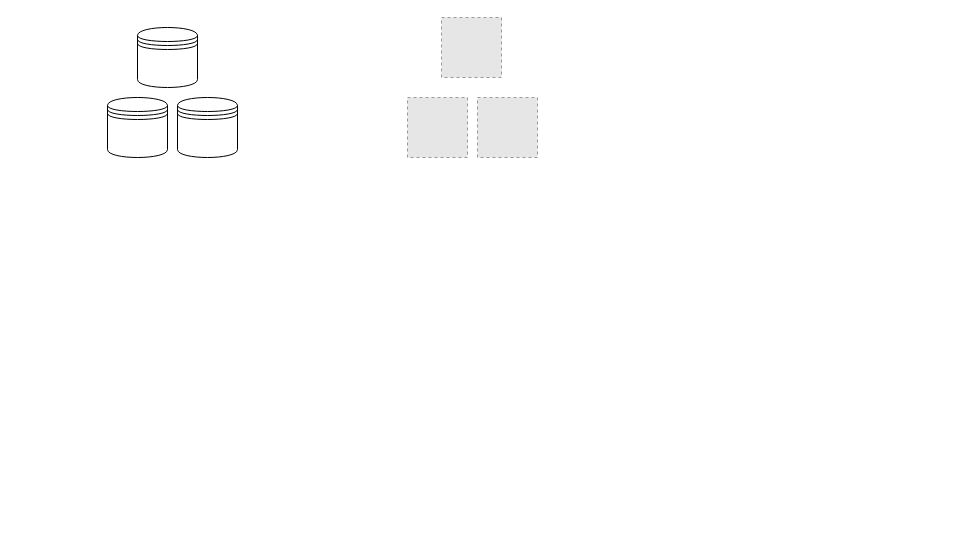
This is Retail_Existing_System.drawio from vadramson/Drawings, a draw.io file, before an edit. Source tidied: cells renumbered, new cells numbered last; positions are measured from the earlier drawing's top-left corner, leaving out a move shared by most shapes. Both pictures are drawn from the tidied source at 100%, with x=0, y=0 at pixel (107, 17). Pictures stored in the file or linked from it are replaced by grey dashed boxes.
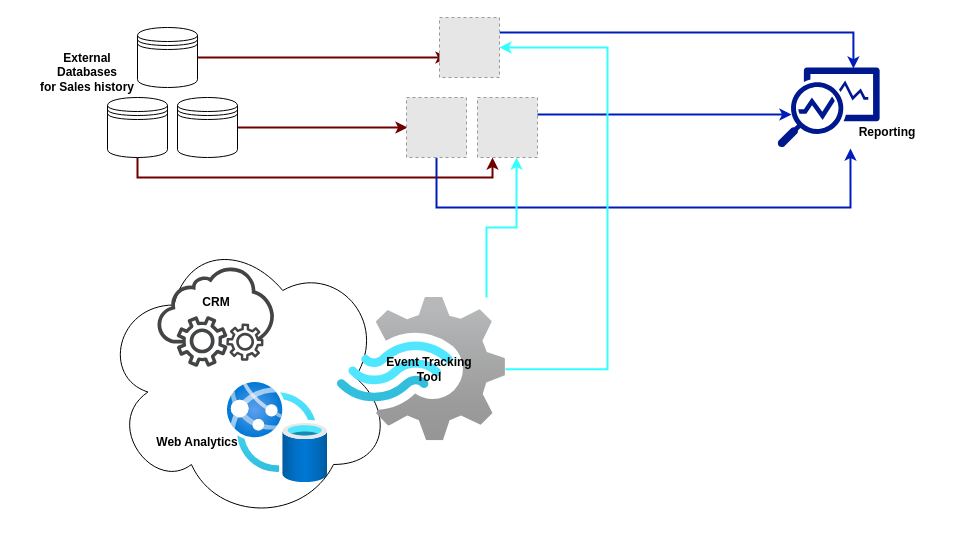
After the change.

The change refers to these unchanged cells:
```xml
<mxCell id="2" style="shape=datastore;whiteSpace=wrap;html=1;" parent="1" vertex="1">
  <mxGeometry x="30" y="10" width="60" height="60" as="geometry" />
</mxCell>
<mxCell id="3" style="shape=datastore;whiteSpace=wrap;html=1;" parent="1" vertex="1">
  <mxGeometry y="80" width="60" height="60" as="geometry" />
</mxCell>
<mxCell id="4" style="shape=datastore;whiteSpace=wrap;html=1;" parent="1" vertex="1">
  <mxGeometry x="70" y="80" width="60" height="60" as="geometry" />
</mxCell>
<mxCell id="6" style="fillColor=#E6E6E6;strokeColor=#999999;dashed=1;html=1;verticalAlign=top;verticalLabelPosition=bottom;labelBackgroundColor=#ffffff;" parent="1" vertex="1">
  <mxGeometry x="370" y="80" width="60" height="60" as="geometry" />
</mxCell>
```

The edit, as a diff of the source:
```diff
@@
+    <mxCell id="8" style="edgeStyle=orthogonalEdgeStyle;rounded=0;jettySize=auto;html=1;exitX=1;exitY=0.5;exitDx=0;exitDy=0;fillColor=#a20025;strokeColor=#6F0000;strokeWidth=2;" parent="1" edge="1" source="2">
+      <mxGeometry relative="1" as="geometry">
+        <mxPoint x="340" y="40" as="targetPoint" />
+        <Array as="points">
+          <mxPoint x="334" y="40" />
+        </Array>
+      </mxGeometry>
+    </mxCell>
@@
+    <mxCell id="9" style="edgeStyle=orthogonalEdgeStyle;rounded=0;jettySize=auto;html=1;exitX=0.5;exitY=1;exitDx=0;exitDy=0;entryX=0.25;entryY=1;entryDx=0;entryDy=0;fillColor=#a20025;strokeColor=#6F0000;strokeWidth=2;" parent="1" edge="1" source="3" target="6">
+      <mxGeometry relative="1" as="geometry" />
+    </mxCell>
@@
+    <mxCell id="10" style="edgeStyle=orthogonalEdgeStyle;rounded=0;jettySize=auto;html=1;exitX=1;exitY=0.5;exitDx=0;exitDy=0;fillColor=#a20025;strokeColor=#6F0000;strokeWidth=2;" parent="1" edge="1" source="4">
+      <mxGeometry relative="1" as="geometry">
+        <mxPoint x="300" y="110" as="targetPoint" />
+      </mxGeometry>
+    </mxCell>
@@
+    <mxCell id="11" style="edgeStyle=orthogonalEdgeStyle;rounded=0;jettySize=auto;html=1;exitX=1;exitY=0.25;exitDx=0;exitDy=0;entryX=0.743;entryY=0.013;entryDx=0;entryDy=0;entryPerimeter=0;fillColor=#0050ef;strokeColor=#001DBC;strokeWidth=2;" parent="1" edge="1" source="5" target="14">
+      <mxGeometry relative="1" as="geometry" />
+    </mxCell>
     <mxCell id="5" style="fillColor=#E6E6E6;strokeColor=#999999;dashed=1;html=1;verticalAlign=top;verticalLabelPosition=bottom;labelBackgroundColor=#ffffff;" parent="1" vertex="1">
-      <mxGeometry x="334" width="60" height="60" as="geometry" />
+      <mxGeometry x="332" width="60" height="60" as="geometry" />
     </mxCell>
+    <mxCell id="12" style="edgeStyle=orthogonalEdgeStyle;rounded=0;orthogonalLoop=1;jettySize=auto;html=1;exitX=1;exitY=0.5;exitDx=0;exitDy=0;entryX=0.176;entryY=0.752;entryDx=0;entryDy=0;entryPerimeter=0;fillColor=#0050ef;strokeColor=#001DBC;strokeWidth=2;" parent="1" edge="1">
+      <mxGeometry relative="1" as="geometry">
+        <mxPoint x="426" y="97" as="sourcePoint" />
+        <mxPoint x="684" y="97" as="targetPoint" />
+      </mxGeometry>
+    </mxCell>
@@
+    <mxCell id="13" style="edgeStyle=orthogonalEdgeStyle;rounded=0;jettySize=auto;html=1;entryX=0.714;entryY=1.016;entryDx=0;entryDy=0;entryPerimeter=0;fillColor=#0050ef;strokeColor=#001DBC;strokeWidth=2;" parent="1" edge="1" source="7" target="14">
+      <mxGeometry relative="1" as="geometry">
+        <Array as="points">
+          <mxPoint x="329" y="190" />
+          <mxPoint x="743" y="190" />
+        </Array>
+      </mxGeometry>
+    </mxCell>
     <mxCell id="7" style="fillColor=#E6E6E6;strokeColor=#999999;dashed=1;html=1;verticalAlign=top;verticalLabelPosition=bottom;labelBackgroundColor=#ffffff;" parent="1" vertex="1">
-      <mxGeometry x="300" y="80" width="60" height="60" as="geometry" />
+      <mxGeometry x="299" y="80" width="60" height="60" as="geometry" />
     </mxCell>
+    <mxCell id="14" style="sketch=0;shadow=0;dashed=0;html=1;strokeColor=none;labelPosition=center;verticalLabelPosition=bottom;verticalAlign=top;align=center;fillColor=#00188D;shape=mxgraph.mscae.enterprise.monitor_running_apps;" parent="1" vertex="1">
+      <mxGeometry x="670" y="50" width="102.2" height="79.8" as="geometry" />
+    </mxCell>
+    <mxCell id="15" style="image;html=1;align=center;fontSize=12;image=img/lib/azure2/other/Web_App_Database.svg;" parent="1" vertex="1">
+      <mxGeometry x="120" y="365" width="100" height="100" as="geometry" />
+    </mxCell>
+    <mxCell id="16" style="ellipse;shape=cloud;whiteSpace=wrap;html=1;fillColor=none;" parent="1" vertex="1">
+      <mxGeometry x="-6" y="215" width="290" height="290" as="geometry" />
+    </mxCell>
+    <mxCell id="17" style="sketch=0;shadow=0;dashed=0;html=1;strokeColor=none;fillColor=#434445;labelPosition=center;verticalLabelPosition=bottom;verticalAlign=top;align=center;shape=mxgraph.vvd.on_demand_self_service;" parent="1" vertex="1">
+      <mxGeometry x="50" y="250" width="117" height="99.5" as="geometry" />
+    </mxCell>
+    <mxCell id="18" style="edgeStyle=orthogonalEdgeStyle;rounded=0;jettySize=auto;html=1;fillColor=#cce5ff;strokeColor=#33FFFF;strokeWidth=2;" parent="1" edge="1" source="20" target="5">
+      <mxGeometry relative="1" as="geometry">
+        <Array as="points">
+          <mxPoint x="500" y="352" />
+          <mxPoint x="500" y="30" />
+        </Array>
+      </mxGeometry>
+    </mxCell>
+    <mxCell id="19" style="edgeStyle=orthogonalEdgeStyle;rounded=0;jettySize=auto;html=1;entryX=0.5;entryY=1;entryDx=0;entryDy=0;fillColor=#cce5ff;strokeColor=#33FFFF;strokeWidth=2;" parent="1" edge="1" source="20">
+      <mxGeometry relative="1" as="geometry">
+        <mxPoint x="409" y="140" as="targetPoint" />
+        <Array as="points">
+          <mxPoint x="379" y="210" />
+          <mxPoint x="409" y="210" />
+        </Array>
+      </mxGeometry>
+    </mxCell>
+    <mxCell id="20" style="image;html=1;points=[];align=center;fontSize=12;image=img/lib/azure2/iot/Stream_Analytics_Jobs.svg;" parent="1" vertex="1">
+      <mxGeometry x="230" y="280" width="168" height="143.3" as="geometry" />
+    </mxCell>
+    <mxCell id="21" value="&lt;b&gt;External&lt;br&gt;Databases&lt;br&gt;for Sales history&lt;/b&gt;" style="text;html=1;strokeColor=none;fillColor=none;align=center;verticalAlign=middle;whiteSpace=wrap;rounded=0;" parent="1" vertex="1">
+      <mxGeometry x="-90" y="40" width="140" height="30" as="geometry" />
+    </mxCell>
+    <mxCell id="22" value="&lt;b&gt;CRM&lt;/b&gt;" style="text;html=1;strokeColor=none;fillColor=none;align=center;verticalAlign=middle;whiteSpace=wrap;rounded=0;" parent="1" vertex="1">
+      <mxGeometry x="38.5" y="270" width="140" height="30" as="geometry" />
+    </mxCell>
+    <mxCell id="23" value="&lt;b&gt;Web Analytics&lt;/b&gt;" style="text;html=1;strokeColor=none;fillColor=none;align=center;verticalAlign=middle;whiteSpace=wrap;rounded=0;" parent="1" vertex="1">
+      <mxGeometry x="20" y="410" width="140" height="30" as="geometry" />
+    </mxCell>
+    <mxCell id="24" value="&lt;b&gt;Event Tracking&lt;br&gt;Tool&lt;br&gt;&lt;/b&gt;" style="text;html=1;strokeColor=none;fillColor=none;align=center;verticalAlign=middle;whiteSpace=wrap;rounded=0;" parent="1" vertex="1">
+      <mxGeometry x="252" y="336.6" width="140" height="30" as="geometry" />
+    </mxCell>
+    <mxCell id="25" value="&lt;b&gt;Reporting&lt;/b&gt;" style="text;html=1;strokeColor=none;fillColor=none;align=center;verticalAlign=middle;whiteSpace=wrap;rounded=0;" parent="1" vertex="1">
+      <mxGeometry x="710" y="99.8" width="140" height="30" as="geometry" />
+    </mxCell>
```
